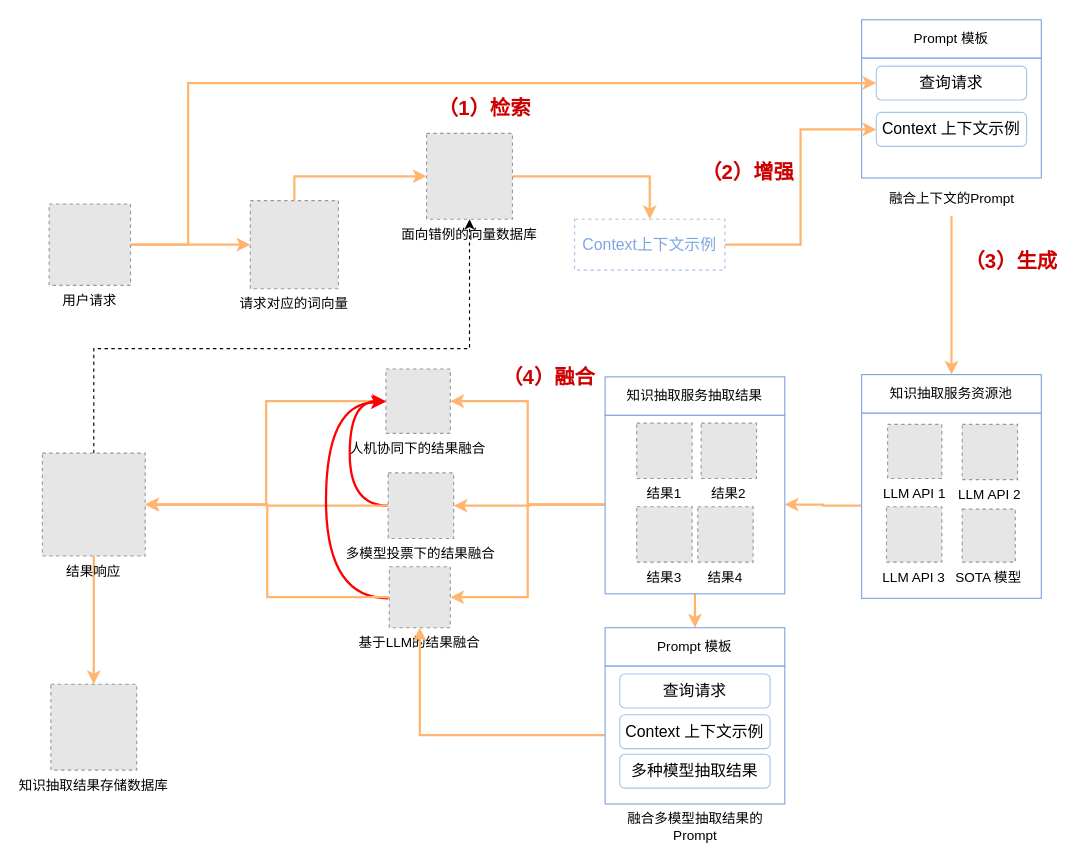
Before: 未命名绘图.drawio in Wonderful23/algorithm, a draw.io diagram. Source tidied: cells renumbered, new cells numbered last; positions are measured from the earlier drawing's top-left corner, leaving out a move shared by most shapes. Both pictures are drawn from the tidied source at 113%, with x=0, y=0 at pixel (42, 19). Pictures stored in the file or linked from it are replaced by grey dashed boxes.
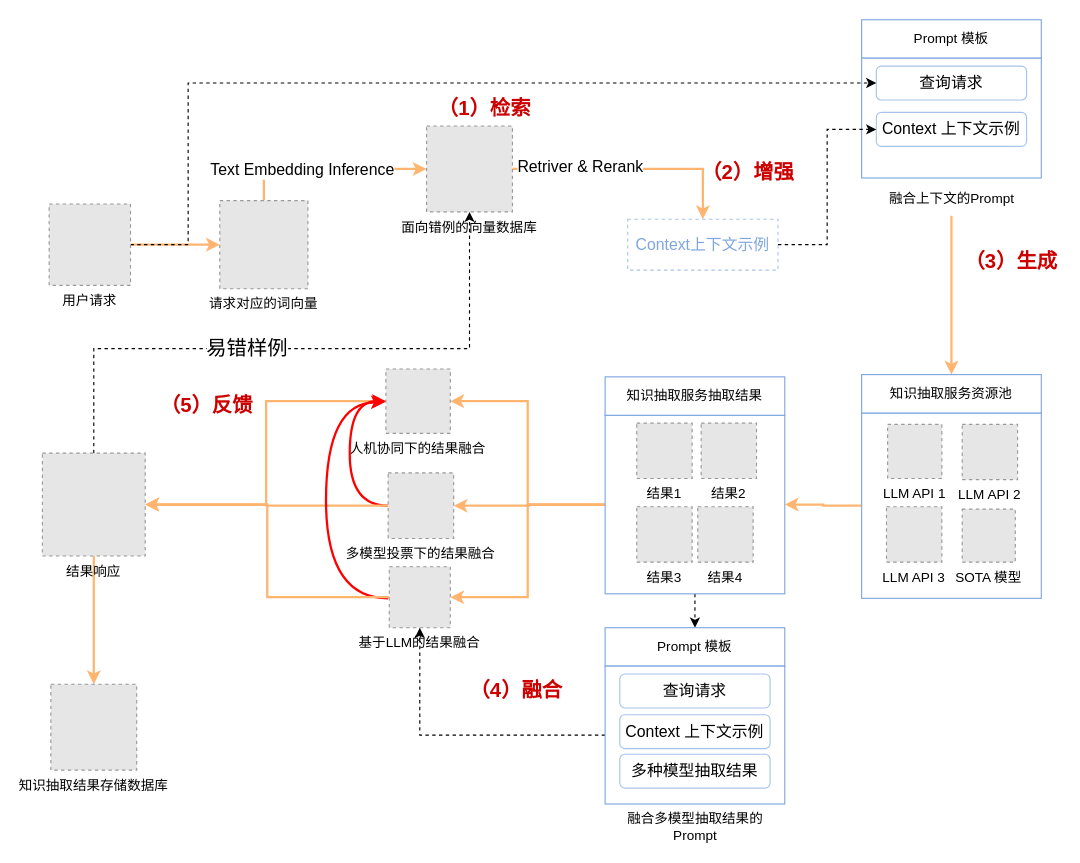
Above is the later version.

Commit message:
更新未命名绘图.drawio

Unchanged cells that the change refers to:
```xml
<mxCell id="6" style="rounded=0;whiteSpace=wrap;html=1;strokeColor=#7EA6E0;" parent="1" vertex="1">
  <mxGeometry x="498" y="350" width="159" height="158" as="geometry" />
</mxCell>
<mxCell id="11" value="&lt;span style=&quot;font-size: 14px;&quot;&gt;查询请求&lt;/span&gt;" style="text;html=1;align=center;verticalAlign=middle;whiteSpace=wrap;rounded=1;strokeColor=#A9C4EB;" parent="1" vertex="1">
  <mxGeometry x="738" y="41" width="133" height="30" as="geometry" />
</mxCell>
<mxCell id="12" value="&lt;span style=&quot;font-size: 14px;&quot;&gt;Context 上下文示例&lt;/span&gt;" style="text;html=1;align=center;verticalAlign=middle;whiteSpace=wrap;rounded=1;strokeColor=#A9C4EB;" parent="1" vertex="1">
  <mxGeometry x="738" y="82" width="133" height="30" as="geometry" />
</mxCell>
<mxCell id="13" style="edgeStyle=orthogonalEdgeStyle;rounded=0;jettySize=auto;html=1;exitX=1;exitY=0.5;exitDx=0;exitDy=0;entryX=0.5;entryY=0;entryDx=0;entryDy=0;strokeColor=#FFB570;strokeWidth=2;" parent="1" edge="1" source="14" target="21">
  <mxGeometry relative="1" as="geometry" />
</mxCell>
<mxCell id="17" value="用户请求" style="fillColor=#E6E6E6;strokeColor=#999999;dashed=1;verticalLabelPosition=bottom;verticalAlign=top;" parent="1" vertex="1">
  <mxGeometry x="6" y="163" width="72" height="72" as="geometry" />
</mxCell>
<mxCell id="18" style="edgeStyle=orthogonalEdgeStyle;rounded=0;jettySize=auto;html=1;exitX=0.5;exitY=0;exitDx=0;exitDy=0;entryX=0;entryY=0.5;entryDx=0;entryDy=0;strokeColor=#FFB570;strokeWidth=2;" parent="1" edge="1" source="19" target="14">
  <mxGeometry relative="1" as="geometry" />
</mxCell>
<mxCell id="44" value="基于LLM的结果融合" style="fillColor=#E6E6E6;strokeColor=#999999;dashed=1;verticalLabelPosition=bottom;verticalAlign=top;" parent="1" vertex="1">
  <mxGeometry x="307" y="484" width="54" height="54" as="geometry" />
</mxCell>
<mxCell id="45" style="edgeStyle=orthogonalEdgeStyle;rounded=0;jettySize=auto;html=1;dashed=1;" parent="1" edge="1" source="47" target="14">
  <mxGeometry relative="1" as="geometry">
    <Array as="points">
      <mxPoint x="46" y="291" />
      <mxPoint x="378" y="291" />
    </Array>
  </mxGeometry>
</mxCell>
<mxCell id="49" value="Prompt 模板" style="rounded=0;whiteSpace=wrap;html=1;strokeColor=#7EA6E0;" parent="1" vertex="1">
  <mxGeometry x="498" y="538" width="159" height="34" as="geometry" />
</mxCell>
<mxCell id="51" style="rounded=0;whiteSpace=wrap;html=1;strokeColor=#7EA6E0;" parent="1" vertex="1">
  <mxGeometry x="498" y="572" width="159" height="122" as="geometry" />
</mxCell>
```

Diff of the diagram source:
```diff
@@
-    <mxCell id="5" style="edgeStyle=orthogonalEdgeStyle;rounded=0;jettySize=auto;html=1;exitX=0.5;exitY=1;exitDx=0;exitDy=0;entryX=0.5;entryY=0;entryDx=0;entryDy=0;strokeColor=#FFB570;strokeWidth=2;" parent="1" edge="1" source="6" target="49">
+    <mxCell id="5" style="edgeStyle=orthogonalEdgeStyle;rounded=0;jettySize=auto;html=1;exitX=0.5;exitY=1;exitDx=0;exitDy=0;entryX=0.5;entryY=0;entryDx=0;entryDy=0;strokeColor=#000000;strokeWidth=1;dashed=1;" parent="1" edge="1" source="6" target="49">
       <mxGeometry relative="1" as="geometry" />
     </mxCell>
@@
+    <mxCell id="57" value="&lt;font style=&quot;font-size: 14px;&quot;&gt;Retriver &amp;amp; Rerank&lt;/font&gt;" style="edgeLabel;html=1;align=center;verticalAlign=middle;" parent="13" vertex="1">
+      <mxGeometry x="-0.45" y="3" relative="1" as="geometry" />
+    </mxCell>
     <mxCell id="14" value="面向错例的向量数据库" style="fillColor=#E6E6E6;strokeColor=#999999;dashed=1;verticalLabelPosition=bottom;verticalAlign=top;" parent="1" vertex="1">
-      <mxGeometry x="340" y="100.5" width="76" height="76" as="geometry" />
+      <mxGeometry x="340" y="94" width="76" height="76" as="geometry" />
     </mxCell>
@@
-    <mxCell id="16" style="edgeStyle=orthogonalEdgeStyle;rounded=0;jettySize=auto;html=1;exitX=1;exitY=0.5;exitDx=0;exitDy=0;entryX=0;entryY=0.5;entryDx=0;entryDy=0;strokeColor=#FFB570;strokeWidth=2;" parent="1" edge="1" source="17" target="11">
+    <mxCell id="16" style="edgeStyle=orthogonalEdgeStyle;rounded=0;jettySize=auto;html=1;exitX=1;exitY=0.5;exitDx=0;exitDy=0;entryX=0;entryY=0.5;entryDx=0;entryDy=0;strokeColor=#000000;strokeWidth=1;dashed=1;" parent="1" edge="1" source="17" target="11">
       <mxGeometry relative="1" as="geometry">
         <Array as="points">
           <mxPoint x="129" y="199" />
           <mxPoint x="129" y="56" />
         </Array>
       </mxGeometry>
     </mxCell>
@@
+    <mxCell id="58" value="&lt;font style=&quot;font-size: 14px;&quot;&gt;Text Embedding Inference&lt;/font&gt;" style="edgeLabel;html=1;align=center;verticalAlign=middle;" parent="18" vertex="1">
+      <mxGeometry x="-0.29" relative="1" as="geometry" />
+    </mxCell>
     <mxCell id="19" value="请求对应的词向量" style="fillColor=#E6E6E6;strokeColor=#999999;dashed=1;verticalLabelPosition=bottom;verticalAlign=top;" parent="1" vertex="1">
-      <mxGeometry x="184" y="160" width="78" height="78" as="geometry" />
+      <mxGeometry x="157" y="160" width="78" height="78" as="geometry" />
     </mxCell>
-    <mxCell id="20" style="edgeStyle=orthogonalEdgeStyle;rounded=0;jettySize=auto;html=1;exitX=1;exitY=0.5;exitDx=0;exitDy=0;entryX=0;entryY=0.5;entryDx=0;entryDy=0;strokeColor=#FFB570;strokeWidth=2;" parent="1" edge="1" source="21" target="12">
+    <mxCell id="20" style="edgeStyle=orthogonalEdgeStyle;rounded=0;jettySize=auto;html=1;exitX=1;exitY=0.5;exitDx=0;exitDy=0;entryX=0;entryY=0.5;entryDx=0;entryDy=0;strokeColor=#000000;strokeWidth=1;dashed=1;" parent="1" edge="1" source="21" target="12">
       <mxGeometry relative="1" as="geometry" />
     </mxCell>
     <mxCell id="21" value="&lt;font color=&quot;#7ea6e0&quot; style=&quot;font-size: 14px;&quot;&gt;Context上下文示例&lt;/font&gt;" style="text;html=1;align=center;verticalAlign=middle;whiteSpace=wrap;rounded=0;dashed=1;strokeColor=#A9C4EB;" parent="1" vertex="1">
-      <mxGeometry x="471" y="176.5" width="133" height="45" as="geometry" />
+      <mxGeometry x="518" y="176.5" width="133" height="45" as="geometry" />
     </mxCell>
@@
+    <mxCell id="59" value="&lt;font style=&quot;font-size: 18px;&quot;&gt;易错样例&lt;/font&gt;" style="edgeLabel;html=1;align=center;verticalAlign=middle;" parent="45" vertex="1">
+      <mxGeometry x="-0.17" y="1" relative="1" as="geometry" />
+    </mxCell>
@@
     <mxCell id="48" value="&lt;font color=&quot;#cc0000&quot;&gt;&lt;span style=&quot;font-size: 18px;&quot;&gt;&lt;b&gt;（4）融合&lt;/b&gt;&lt;/span&gt;&lt;/font&gt;" style="text;html=1;align=center;verticalAlign=middle;whiteSpace=wrap;rounded=0;" parent="1" vertex="1">
-      <mxGeometry x="405" y="302" width="87" height="30" as="geometry" />
+      <mxGeometry x="376" y="579" width="87" height="30" as="geometry" />
     </mxCell>
@@
-    <mxCell id="50" style="edgeStyle=orthogonalEdgeStyle;rounded=0;jettySize=auto;html=1;strokeColor=#FFB570;strokeWidth=2;" parent="1" edge="1" source="51" target="44">
+    <mxCell id="50" style="edgeStyle=orthogonalEdgeStyle;rounded=0;jettySize=auto;html=1;strokeColor=#000000;strokeWidth=1;dashed=1;" parent="1" edge="1" source="51" target="44">
       <mxGeometry relative="1" as="geometry" />
     </mxCell>
@@
+    <mxCell id="60" value="&lt;font color=&quot;#cc0000&quot;&gt;&lt;span style=&quot;font-size: 18px;&quot;&gt;&lt;b&gt;（5）反馈&lt;/b&gt;&lt;/span&gt;&lt;/font&gt;" style="text;html=1;align=center;verticalAlign=middle;whiteSpace=wrap;rounded=0;" parent="1" vertex="1">
+      <mxGeometry x="102" y="327" width="87" height="30" as="geometry" />
+    </mxCell>
```
